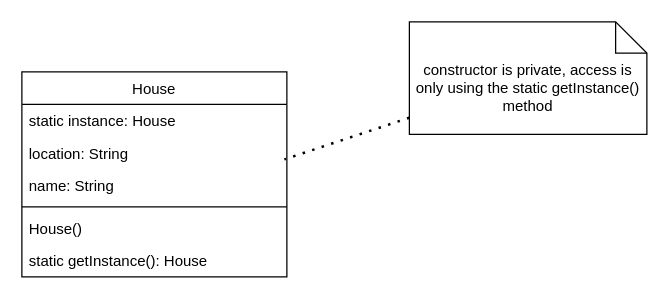
Above: singleton.drawio in alfacentaur1/omo_objectModel (draw.io), before the change. Source tidied: cells renumbered, new cells numbered last; positions are measured from the earlier drawing's top-left corner, leaving out a move shared by most shapes. Both pictures are drawn from the tidied source at 125%, with x=0, y=0 at pixel (21, 21).
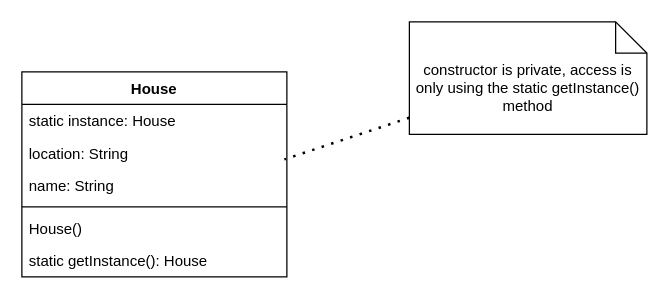
The same diagram, later.

Diff of the diagram source:
```diff
@@
 <mxGraphModel>
   <root>
     <mxCell id="0" />
     <mxCell id="1" parent="0" />
-    <mxCell id="2" value="House" style="swimlane;fontStyle=0;align=center;verticalAlign=top;horizontal=1;startSize=26;rounded=0;shadow=0;strokeWidth=1;" parent="1" vertex="1">
+    <mxCell id="2" value="House" style="swimlane;fontStyle=1;align=center;verticalAlign=top;horizontal=1;startSize=26;rounded=0;shadow=0;strokeWidth=1;" parent="1" vertex="1">
       <mxGeometry y="40" width="212" height="164" as="geometry" />
     </mxCell>
     <mxCell id="3" value="static instance: House" style="text;align=left;verticalAlign=top;spacingLeft=4;spacingRight=4;overflow=hidden;" parent="2" vertex="1">
       <mxGeometry y="26" width="212" height="26" as="geometry" />
     </mxCell>
     <mxCell id="4" value="location: String" style="text;align=left;verticalAlign=top;spacingLeft=4;spacingRight=4;overflow=hidden;" parent="2" vertex="1">
       <mxGeometry y="52" width="212" height="26" as="geometry" />
     </mxCell>
     <mxCell id="5" value="name: String" style="text;align=left;verticalAlign=top;spacingLeft=4;spacingRight=4;overflow=hidden;" parent="2" vertex="1">
       <mxGeometry y="78" width="212" height="26" as="geometry" />
     </mxCell>
     <mxCell id="6" style="line;html=1;strokeWidth=1;align=left;verticalAlign=middle;spacingTop=-1;spacingLeft=3;spacingRight=3;labelPosition=right;" parent="2" vertex="1">
       <mxGeometry y="104" width="212" height="8" as="geometry" />
     </mxCell>
     <mxCell id="7" value="House()" style="text;align=left;verticalAlign=top;spacingLeft=4;spacingRight=4;overflow=hidden;" parent="2" vertex="1">
       <mxGeometry y="112" width="212" height="26" as="geometry" />
     </mxCell>
     <mxCell id="8" value="static getInstance(): House" style="text;align=left;verticalAlign=top;spacingLeft=4;spacingRight=4;overflow=hidden;" parent="2" vertex="1">
       <mxGeometry y="138" width="212" height="26" as="geometry" />
     </mxCell>
     <mxCell id="9" value="constructor is private, access is only using the static getInstance() method" style="shape=note2;boundedLbl=1;whiteSpace=wrap;html=1;size=25;verticalAlign=top;align=center;" parent="1" vertex="1">
       <mxGeometry x="310" width="190" height="90" as="geometry" />
     </mxCell>
     <mxCell id="10" style="endArrow=none;dashed=1;html=1;dashPattern=1 3;strokeWidth=2;rounded=0;" parent="1" edge="1" source="9">
       <mxGeometry relative="1" as="geometry">
         <mxPoint x="210" y="110" as="targetPoint" />
       </mxGeometry>
     </mxCell>
   </root>
 </mxGraphModel>
```
